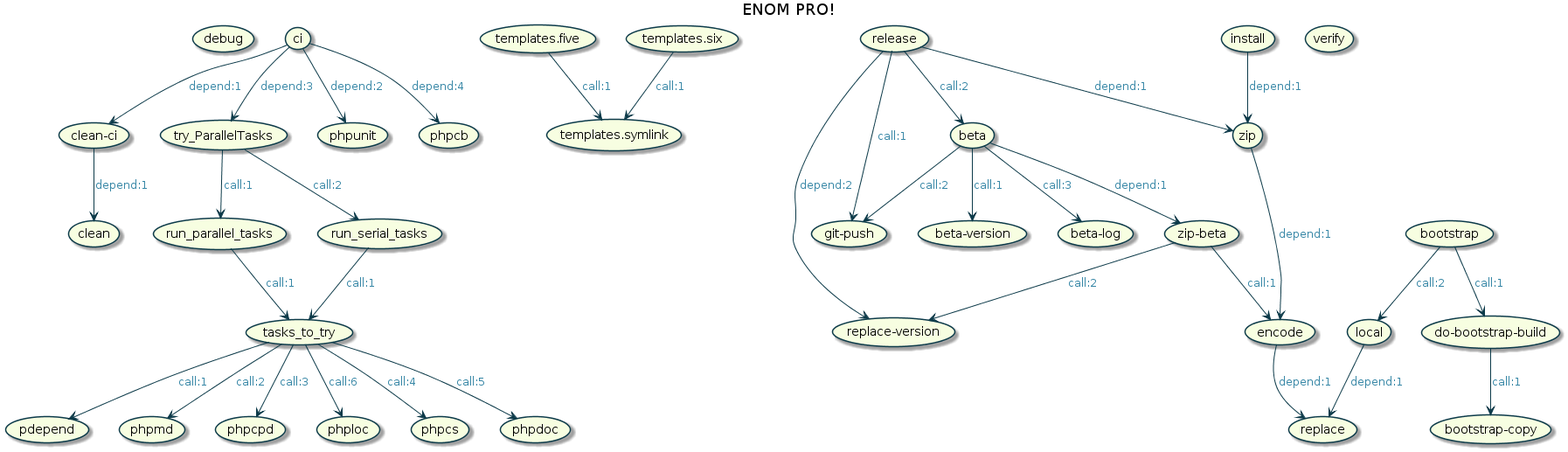
Before: resources/readme/enom-pro.png, a diagram exported from PlantUML (jawira/phing-visualizer).
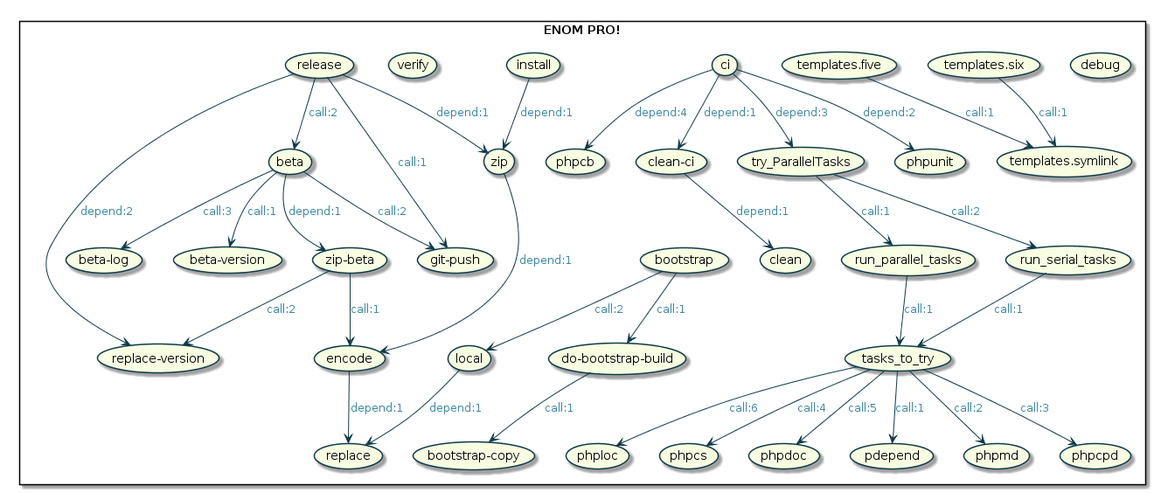
After the change.

The edit, as a diff of the source:
```diff
@@ -1,14 +1,14 @@
 @startuml
-title ENOM PRO!
 skinparam Arrow {
-    Color #0C3A49
-    FontColor #3787A6
+Color #0C3A49
+FontColor #3787A6
 }
 skinparam Usecase {
-    BackgroundColor #F7FEE1
-    BorderColor #0C3A49
+BackgroundColor #F7FEE1
+BorderColor #0C3A49
 }
 
+rectangle "ENOM PRO!" {
 (debug)
 (clean)
 (clean-ci)
@@ -44,6 +44,7 @@
 (verify)
 (beta-log)
 (install)
+}
 
 (clean-ci) --> (clean) : depend:1
 (templates.five) --> (templates.symlink) : call:1
```
